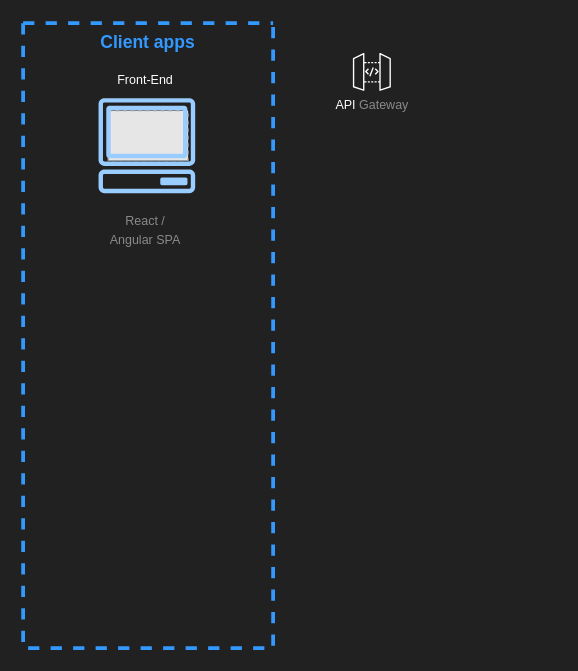
This is Arquitetura_Dev.drawio from isc77/PINT-BSI-IFAL-2024.1, a draw.io file, before an edit. Source tidied: cells renumbered, new cells numbered last; positions are measured from the earlier drawing's top-left corner, leaving out a move shared by most shapes. Both pictures are drawn from the tidied source at 125%, with x=0, y=0 at pixel (22, 22). Pictures stored in the file or linked from it are replaced by grey dashed boxes.
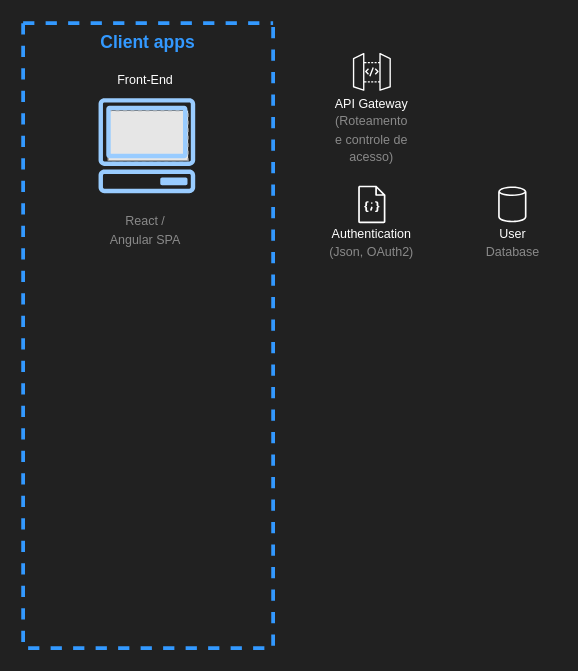
After the change.

The edit, as a diff of the source:
```diff
@@
 <mxGraphModel background="#212121">
   <root>
     <mxCell id="0" />
     <mxCell id="1" parent="0" />
     <mxCell id="2" style="swimlane;startSize=0;strokeColor=#3399FF;strokeWidth=3;dashed=1;" parent="1" vertex="1">
       <mxGeometry width="200" height="500" as="geometry" />
     </mxCell>
     <mxCell id="3" value="&lt;b&gt;&lt;font color=&quot;#3399ff&quot; style=&quot;font-size: 14px;&quot;&gt;Client apps&lt;/font&gt;&lt;/b&gt;" style="text;strokeColor=none;align=center;fillColor=none;html=1;verticalAlign=middle;whiteSpace=wrap;rounded=0;" parent="2" vertex="1">
       <mxGeometry x="60" width="80" height="30" as="geometry" />
     </mxCell>
     <mxCell id="4" style="fillColor=#E6E6E6;strokeColor=#999999;dashed=1;verticalLabelPosition=bottom;labelBackgroundColor=default;verticalAlign=top;" parent="2" vertex="1">
       <mxGeometry x="68" y="70" width="64" height="40" as="geometry" />
     </mxCell>
     <mxCell id="5" value="&lt;font color=&quot;#8a8a8a&quot; style=&quot;font-size: 10px;&quot;&gt;React / Angular SPA&lt;/font&gt;" style="text;strokeColor=none;align=center;fillColor=none;html=1;verticalAlign=middle;whiteSpace=wrap;rounded=0;" parent="2" vertex="1">
       <mxGeometry x="68" y="150" width="60" height="30" as="geometry" />
     </mxCell>
     <mxCell id="6" value="&lt;font style=&quot;font-size: 10px;&quot; color=&quot;#ffffff&quot;&gt;Front-End&lt;/font&gt;" style="text;strokeColor=none;align=center;fillColor=none;html=1;verticalAlign=middle;whiteSpace=wrap;rounded=0;" parent="2" vertex="1">
       <mxGeometry x="48" y="30" width="100" height="30" as="geometry" />
     </mxCell>
     <mxCell id="7" style="sketch=0;fontColor=#232F3E;gradientColor=none;fillColor=#99CCFF;strokeColor=none;dashed=0;verticalLabelPosition=bottom;verticalAlign=top;align=center;html=1;fontSize=12;fontStyle=0;shape=mxgraph.aws4.client;" parent="2" vertex="1">
       <mxGeometry x="60" y="60" width="78" height="76" as="geometry" />
     </mxCell>
     <mxCell id="8" style="sketch=0;fontColor=#232F3E;fillColor=none;strokeColor=#ffffff;dashed=0;verticalLabelPosition=bottom;verticalAlign=top;align=center;html=1;fontSize=12;fontStyle=0;shape=mxgraph.aws4.resourceIcon;resIcon=mxgraph.aws4.api_gateway;" parent="1" vertex="1">
       <mxGeometry x="260" y="20" width="38" height="38" as="geometry" />
     </mxCell>
-    <mxCell id="9" value="&lt;font color=&quot;#ffffff&quot; style=&quot;font-size: 10px;&quot;&gt;API&lt;/font&gt;&lt;font color=&quot;#8a8a8a&quot; style=&quot;font-size: 10px;&quot;&gt; Gateway&lt;/font&gt;" style="text;strokeColor=none;align=center;fillColor=none;html=1;verticalAlign=middle;whiteSpace=wrap;rounded=0;" parent="1" vertex="1">
-      <mxGeometry x="248.5" y="50" width="61" height="30" as="geometry" />
+    <mxCell id="9" value="&lt;font color=&quot;#ffffff&quot; style=&quot;font-size: 10px;&quot;&gt;API Gateway&lt;/font&gt;&lt;div&gt;&lt;font color=&quot;#8a8a8a&quot; style=&quot;font-size: 10px;&quot;&gt;(Roteamento e controle de acesso)&lt;/font&gt;&lt;/div&gt;" style="text;strokeColor=none;align=center;fillColor=none;html=1;verticalAlign=middle;whiteSpace=wrap;rounded=0;" parent="1" vertex="1">
+      <mxGeometry x="248.2" y="70" width="61.5" height="30" as="geometry" />
     </mxCell>
+    <mxCell id="10" style="sketch=0;fontColor=#232F3E;gradientColor=none;fillColor=#FFFFFF;strokeColor=none;dashed=0;verticalLabelPosition=bottom;verticalAlign=top;align=center;html=1;fontSize=12;fontStyle=0;shape=mxgraph.aws4.json_script;" parent="1" vertex="1">
+      <mxGeometry x="268" y="130" width="21.9" height="30" as="geometry" />
+    </mxCell>
+    <mxCell id="11" value="&lt;font color=&quot;#ffffff&quot; style=&quot;font-size: 10px;&quot;&gt;Authentication&lt;/font&gt;&lt;div&gt;&lt;font color=&quot;#8a8a8a&quot; style=&quot;font-size: 10px;&quot;&gt;(Json, OAuth2)&lt;/font&gt;&lt;/div&gt;" style="text;strokeColor=none;align=center;fillColor=none;html=1;verticalAlign=middle;whiteSpace=wrap;rounded=0;" parent="1" vertex="1">
+      <mxGeometry x="244.2" y="160" width="69.5" height="30" as="geometry" />
+    </mxCell>
+    <mxCell id="12" style="sketch=0;fontColor=#232F3E;gradientColor=none;fillColor=#FFFFFF;strokeColor=none;dashed=0;verticalLabelPosition=bottom;verticalAlign=top;align=center;html=1;fontSize=12;fontStyle=0;shape=mxgraph.aws4.generic_database;" parent="1" vertex="1">
+      <mxGeometry x="380" y="130" width="22.7" height="30" as="geometry" />
+    </mxCell>
+    <mxCell id="13" value="&lt;div&gt;&lt;font color=&quot;#ffffff&quot; style=&quot;font-size: 10px;&quot;&gt;User&lt;/font&gt;&lt;/div&gt;&lt;div&gt;&lt;font color=&quot;#8a8a8a&quot;&gt;&lt;span style=&quot;font-size: 10px;&quot;&gt;Database&lt;/span&gt;&lt;/font&gt;&lt;/div&gt;" style="text;strokeColor=none;align=center;fillColor=none;html=1;verticalAlign=middle;whiteSpace=wrap;rounded=0;" parent="1" vertex="1">
+      <mxGeometry x="356.6" y="160" width="69.5" height="30" as="geometry" />
+    </mxCell>
   </root>
 </mxGraphModel>
```
